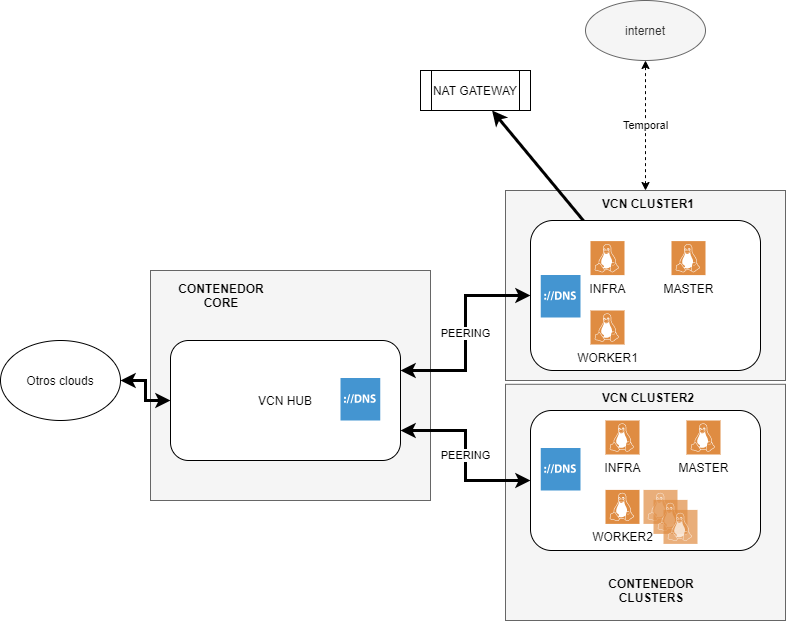
Above: esquema.png in victhor666/Openshift-OCI (draw.io), before the change. Source tidied: cells renumbered, new cells last; positions are measured from the earlier drawing's top-left corner, leaving out a move shared by most shapes.
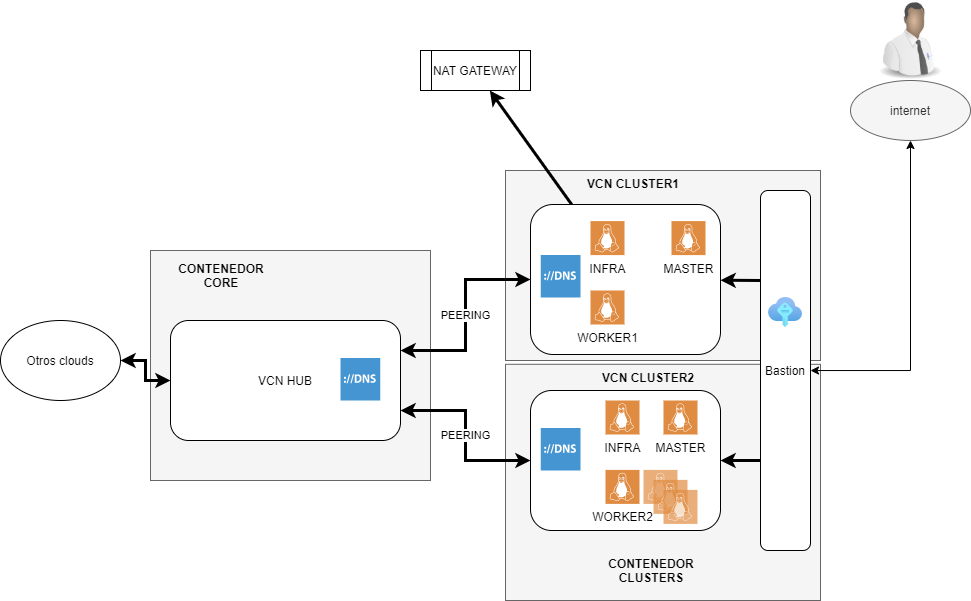
After the change.

Diff of the diagram source:
```diff
@@ -3,13 +3,10 @@
     <mxCell id="0" />
     <mxCell id="1" parent="0" />
     <mxCell id="2" style="rounded=0;whiteSpace=wrap;html=1;fillColor=#f5f5f5;strokeColor=#666666;fontColor=#333333;" parent="1" vertex="1">
-      <mxGeometry x="505" y="383.8" width="280" height="236.2" as="geometry" />
+      <mxGeometry x="505" y="383.8" width="315" height="236.2" as="geometry" />
     </mxCell>
-    <mxCell id="3" value="Temporal" style="edgeStyle=orthogonalEdgeStyle;rounded=0;jettySize=auto;html=1;startArrow=classic;startFill=1;strokeWidth=1;dashed=1;" parent="1" edge="1" source="4" target="23">
-      <mxGeometry relative="1" as="geometry" />
-    </mxCell>
     <mxCell id="4" style="rounded=0;whiteSpace=wrap;html=1;fillColor=#f5f5f5;strokeColor=#666666;fontColor=#333333;" parent="1" vertex="1">
-      <mxGeometry x="505" y="190" width="280" height="190" as="geometry" />
+      <mxGeometry x="505" y="190" width="315" height="190" as="geometry" />
     </mxCell>
     <mxCell id="5" style="rounded=0;whiteSpace=wrap;html=1;fillColor=#f5f5f5;strokeColor=#666666;fontColor=#333333;" parent="1" vertex="1">
       <mxGeometry x="150" y="270" width="280" height="230" as="geometry" />
@@ -27,13 +24,13 @@
       <mxGeometry relative="1" as="geometry" />
     </mxCell>
     <mxCell id="10" style="rounded=1;whiteSpace=wrap;html=1;" parent="1" vertex="1">
-      <mxGeometry x="530" y="220" width="230" height="150" as="geometry" />
+      <mxGeometry x="530" y="224" width="190" height="150" as="geometry" />
     </mxCell>
     <mxCell id="11" style="rounded=1;whiteSpace=wrap;html=1;" parent="1" vertex="1">
-      <mxGeometry x="530" y="410" width="230" height="140" as="geometry" />
+      <mxGeometry x="530" y="410" width="190" height="140" as="geometry" />
     </mxCell>
     <mxCell id="12" value="&lt;div style=&quot;text-align: center&quot;&gt;&lt;font face=&quot;helvetica&quot;&gt;VCN CLUSTER1&lt;/font&gt;&lt;/div&gt;" style="text;whiteSpace=wrap;html=1;fontStyle=1;" parent="1" vertex="1">
-      <mxGeometry x="600" y="190" width="120" height="30" as="geometry" />
+      <mxGeometry x="585" y="190" width="120" height="30" as="geometry" />
     </mxCell>
     <mxCell id="13" value="&lt;div style=&quot;text-align: center&quot;&gt;&lt;font face=&quot;helvetica&quot;&gt;VCN CLUSTER2&lt;/font&gt;&lt;/div&gt;" style="text;whiteSpace=wrap;html=1;fontStyle=1;" parent="1" vertex="1">
       <mxGeometry x="600" y="383.8" width="120" height="30" as="geometry" />
@@ -66,7 +63,7 @@
       <mxGeometry x="420" y="70" width="110" height="40" as="geometry" />
     </mxCell>
     <mxCell id="23" value="internet" style="ellipse;whiteSpace=wrap;html=1;rounded=0;fontColor=#333333;strokeColor=#666666;fillColor=#f5f5f5;" parent="1" vertex="1">
-      <mxGeometry x="585" width="120" height="60" as="geometry" />
+      <mxGeometry x="850" y="100" width="120" height="60" as="geometry" />
     </mxCell>
     <mxCell id="24" value="Otros clouds" style="ellipse;whiteSpace=wrap;html=1;" parent="1" vertex="1">
       <mxGeometry y="340" width="120" height="80" as="geometry" />
@@ -75,7 +72,7 @@
       <mxGeometry x="605" y="420" width="34" height="34" as="geometry" />
     </mxCell>
     <mxCell id="26" value="MASTER" style="sketch=0;shadow=0;dashed=0;html=1;strokeColor=none;fillColor=#DF8C42;labelPosition=center;verticalLabelPosition=bottom;verticalAlign=top;align=center;shape=mxgraph.veeam2.linux;" parent="1" vertex="1">
-      <mxGeometry x="686" y="420" width="34" height="34" as="geometry" />
+      <mxGeometry x="663" y="420" width="34" height="34" as="geometry" />
     </mxCell>
     <mxCell id="27" value="WORKER2" style="sketch=0;shadow=0;dashed=0;html=1;strokeColor=none;fillColor=#DF8C42;labelPosition=center;verticalLabelPosition=bottom;verticalAlign=top;align=center;shape=mxgraph.veeam2.linux;" parent="1" vertex="1">
       <mxGeometry x="605" y="489.4" width="34" height="34" as="geometry" />
@@ -92,5 +89,23 @@
     <mxCell id="31" value="&lt;div style=&quot;text-align: center&quot;&gt;&lt;font face=&quot;helvetica&quot;&gt;CONTENEDOR CLUSTERS&lt;/font&gt;&lt;/div&gt;" style="text;whiteSpace=wrap;html=1;fontStyle=1;" parent="1" vertex="1">
       <mxGeometry x="590" y="570" width="120" height="30" as="geometry" />
     </mxCell>
+    <mxCell id="32" style="edgeStyle=none;rounded=0;jettySize=auto;html=1;startArrow=none;startFill=0;strokeWidth=3;exitX=0;exitY=0.25;exitDx=0;exitDy=0;" parent="1" edge="1" source="34" target="10">
+      <mxGeometry relative="1" as="geometry" />
+    </mxCell>
+    <mxCell id="33" style="edgeStyle=none;rounded=0;jettySize=auto;html=1;entryX=1;entryY=0.5;entryDx=0;entryDy=0;startArrow=none;startFill=0;strokeWidth=3;exitX=0;exitY=0.75;exitDx=0;exitDy=0;" parent="1" edge="1" source="34" target="11">
+      <mxGeometry relative="1" as="geometry" />
+    </mxCell>
+    <mxCell id="34" value="Bastion" style="rounded=1;whiteSpace=wrap;html=1;" parent="1" vertex="1">
+      <mxGeometry x="760" y="210" width="50" height="360" as="geometry" />
+    </mxCell>
+    <mxCell id="35" style="image;html=1;image=img/lib/clip_art/people/Tech_Man_Black_128x128.png;opacity=70;" parent="1" vertex="1">
+      <mxGeometry x="870" y="20" width="80" height="80" as="geometry" />
+    </mxCell>
+    <mxCell id="3" style="edgeStyle=orthogonalEdgeStyle;rounded=0;jettySize=auto;html=1;startArrow=classic;startFill=1;strokeWidth=1;" parent="1" edge="1" source="34" target="23">
+      <mxGeometry relative="1" as="geometry" />
+    </mxCell>
+    <mxCell id="36" style="html=1;align=center;image;fontSize=12;image=img/lib/azure2/other/SSH_Keys.svg;opacity=70;" parent="1" vertex="1">
+      <mxGeometry x="768" y="317" width="34" height="30" as="geometry" />
+    </mxCell>
   </root>
 </mxGraphModel>
```
